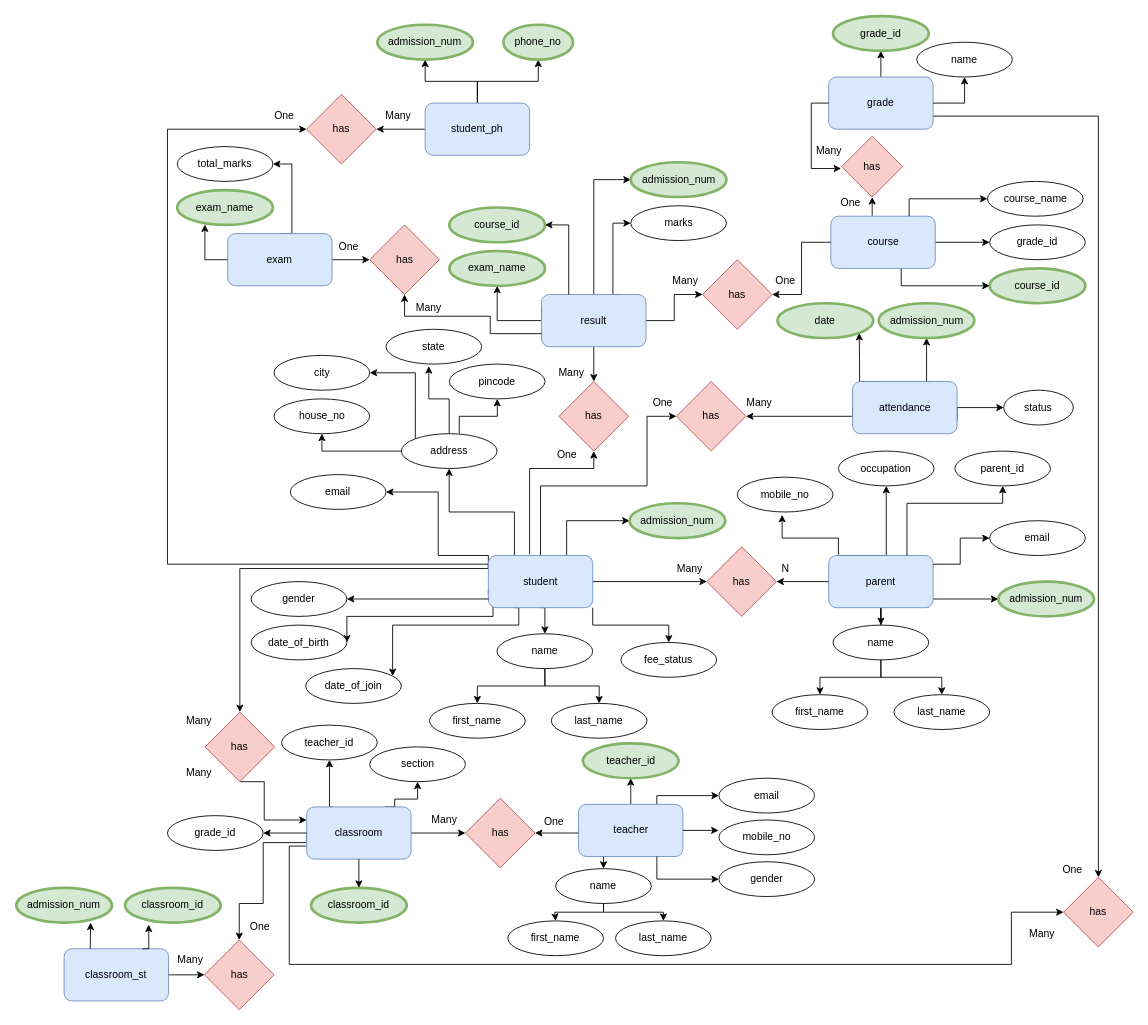
ManasMadan/DBMS_SCHOOL_MANAGEMENT_PROJECT_SEM_4 keeps this draw.io diagram as my_diagram.drawio. Above is the earlier version. Source tidied: cells renumbered, new cells numbered last; positions are measured from the earlier drawing's top-left corner, leaving out a move shared by most shapes. Both pictures are drawn from the tidied source at 87%, with x=0, y=0 at pixel (16, 16).
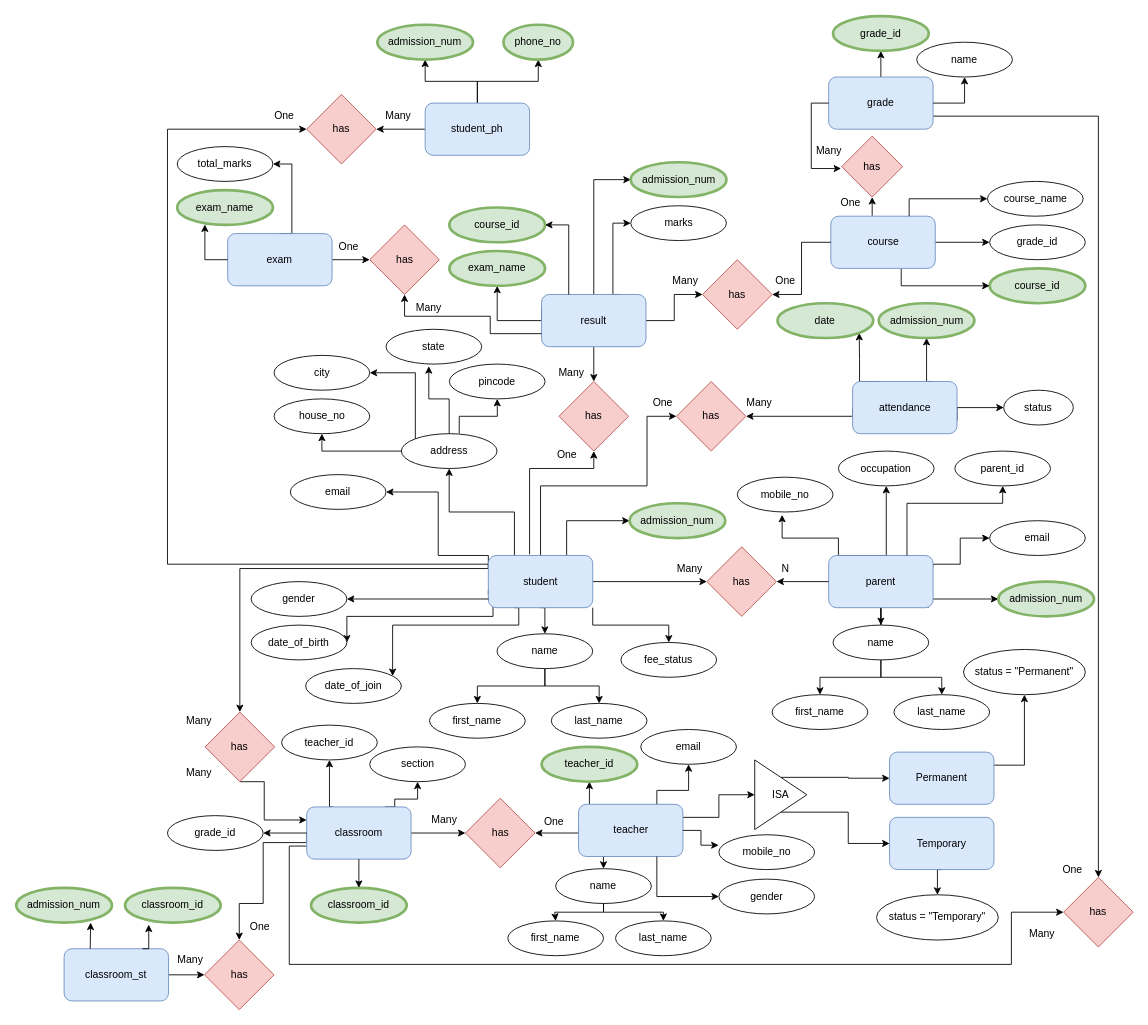
The same page after the edit.

Unchanged cells that the change refers to:
```xml
<mxCell id="50" value="teacher" style="rounded=1;whiteSpace=wrap;html=1;fillColor=#dae8fc;strokeColor=#6c8ebf;" parent="1" vertex="1">
  <mxGeometry x="646.5" y="906" width="120" height="60" as="geometry" />
</mxCell>
```

Diff of the diagram source:
```diff
@@
-    <mxCell id="47" style="edgeStyle=orthogonalEdgeStyle;rounded=0;jettySize=auto;html=1;exitX=0.75;exitY=0;exitDx=0;exitDy=0;entryX=0;entryY=0.5;entryDx=0;entryDy=0;" parent="1" edge="1" source="50" target="87">
+    <mxCell id="47" style="edgeStyle=orthogonalEdgeStyle;rounded=0;jettySize=auto;html=1;exitX=0.75;exitY=0;exitDx=0;exitDy=0;entryX=0.5;entryY=1;entryDx=0;entryDy=0;" parent="1" edge="1" source="50" target="87">
       <mxGeometry relative="1" as="geometry">
         <Array as="points">
-          <mxPoint x="737" y="896" />
+          <mxPoint x="736" y="890" />
+          <mxPoint x="773" y="890" />
         </Array>
       </mxGeometry>
     </mxCell>
-    <mxCell id="48" style="edgeStyle=orthogonalEdgeStyle;rounded=0;jettySize=auto;html=1;exitX=0.5;exitY=0;exitDx=0;exitDy=0;entryX=0.5;entryY=1;entryDx=0;entryDy=0;" parent="1" edge="1" source="50" target="90">
-      <mxGeometry relative="1" as="geometry" />
+    <mxCell id="48" style="edgeStyle=orthogonalEdgeStyle;rounded=0;jettySize=auto;html=1;exitX=0.114;exitY=0.005;exitDx=0;exitDy=0;entryX=0.5;entryY=1;entryDx=0;entryDy=0;exitPerimeter=0;" parent="1" edge="1" source="50" target="90">
+      <mxGeometry relative="1" as="geometry">
+        <Array as="points">
+          <mxPoint x="659" y="906" />
+        </Array>
+      </mxGeometry>
     </mxCell>
@@
+    <mxCell id="171" style="edgeStyle=orthogonalEdgeStyle;rounded=0;jettySize=auto;html=1;exitX=1;exitY=0.25;exitDx=0;exitDy=0;entryX=0;entryY=0.5;entryDx=0;entryDy=0;" parent="1" edge="1" source="50" target="174">
+      <mxGeometry relative="1" as="geometry" />
+    </mxCell>
@@
     <mxCell id="85" value="gender" style="ellipse;whiteSpace=wrap;html=1;rounded=1;strokeWidth=1;" parent="1" vertex="1">
-      <mxGeometry x="807.8" y="972" width="110" height="40" as="geometry" />
+      <mxGeometry x="807.8" y="992" width="110" height="40" as="geometry" />
     </mxCell>
     <mxCell id="86" value="mobile_no" style="ellipse;whiteSpace=wrap;html=1;rounded=1;strokeWidth=1;" parent="1" vertex="1">
-      <mxGeometry x="807.8" y="924" width="110" height="40" as="geometry" />
+      <mxGeometry x="807.8" y="941" width="110" height="40" as="geometry" />
     </mxCell>
     <mxCell id="87" value="email" style="ellipse;whiteSpace=wrap;html=1;rounded=1;strokeWidth=1;" parent="1" vertex="1">
-      <mxGeometry x="807.8" y="876" width="110" height="40" as="geometry" />
+      <mxGeometry x="718" y="820" width="110" height="40" as="geometry" />
     </mxCell>
@@
     <mxCell id="90" value="teacher_id" style="ellipse;whiteSpace=wrap;html=1;rounded=1;strokeWidth=3;fillColor=#d5e8d4;strokeColor=#82b366;" parent="1" vertex="1">
-      <mxGeometry x="651.5" y="836" width="110" height="40" as="geometry" />
+      <mxGeometry x="604" y="840" width="110" height="40" as="geometry" />
     </mxCell>
@@
+    <mxCell id="172" style="edgeStyle=orthogonalEdgeStyle;rounded=0;jettySize=auto;html=1;exitX=0.5;exitY=0;exitDx=0;exitDy=0;entryX=0;entryY=0.5;entryDx=0;entryDy=0;" parent="1" edge="1" source="174" target="176">
+      <mxGeometry relative="1" as="geometry" />
+    </mxCell>
+    <mxCell id="173" style="edgeStyle=orthogonalEdgeStyle;rounded=0;jettySize=auto;html=1;exitX=0.5;exitY=1;exitDx=0;exitDy=0;entryX=0;entryY=0.5;entryDx=0;entryDy=0;" parent="1" edge="1" source="174" target="178">
+      <mxGeometry relative="1" as="geometry" />
+    </mxCell>
+    <mxCell id="174" value="ISA" style="triangle;whiteSpace=wrap;html=1;" parent="1" vertex="1">
+      <mxGeometry x="849" y="855" width="60" height="80" as="geometry" />
+    </mxCell>
+    <mxCell id="175" style="edgeStyle=orthogonalEdgeStyle;rounded=0;jettySize=auto;html=1;exitX=1;exitY=0.25;exitDx=0;exitDy=0;entryX=0.5;entryY=1;entryDx=0;entryDy=0;" parent="1" edge="1" source="176" target="180">
+      <mxGeometry relative="1" as="geometry" />
+    </mxCell>
+    <mxCell id="176" value="Permanent" style="rounded=1;whiteSpace=wrap;html=1;fillColor=#dae8fc;strokeColor=#6c8ebf;" parent="1" vertex="1">
+      <mxGeometry x="1004" y="846" width="120" height="60" as="geometry" />
+    </mxCell>
+    <mxCell id="177" style="edgeStyle=orthogonalEdgeStyle;rounded=0;jettySize=auto;html=1;exitX=0.5;exitY=1;exitDx=0;exitDy=0;entryX=0.5;entryY=0;entryDx=0;entryDy=0;" parent="1" edge="1" source="178" target="179">
+      <mxGeometry relative="1" as="geometry" />
+    </mxCell>
+    <mxCell id="178" value="Temporary" style="rounded=1;whiteSpace=wrap;html=1;fillColor=#dae8fc;strokeColor=#6c8ebf;" parent="1" vertex="1">
+      <mxGeometry x="1004" y="921" width="120" height="60" as="geometry" />
+    </mxCell>
+    <mxCell id="179" value="status = &quot;Temporary&quot;" style="ellipse;whiteSpace=wrap;html=1;rounded=1;strokeWidth=1;" parent="1" vertex="1">
+      <mxGeometry x="989" y="1010" width="140" height="52" as="geometry" />
+    </mxCell>
+    <mxCell id="180" value="status = &quot;Permanent&quot;" style="ellipse;whiteSpace=wrap;html=1;rounded=1;strokeWidth=1;" parent="1" vertex="1">
+      <mxGeometry x="1089" y="728" width="140" height="52" as="geometry" />
+    </mxCell>
```
